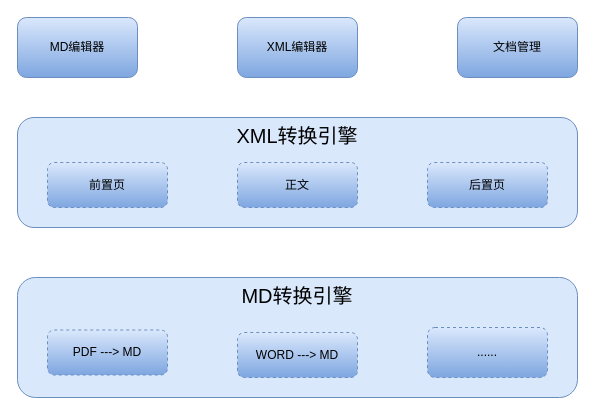
Before: 标准数字化项目.drawio in z-cloud-z/draw, a draw.io diagram. Source tidied: cells renumbered, new cells numbered last; positions are measured from the earlier drawing's top-left corner, leaving out a move shared by most shapes. Both pictures are drawn from the tidied source at 100%, with x=0, y=0 at pixel (17, 17).
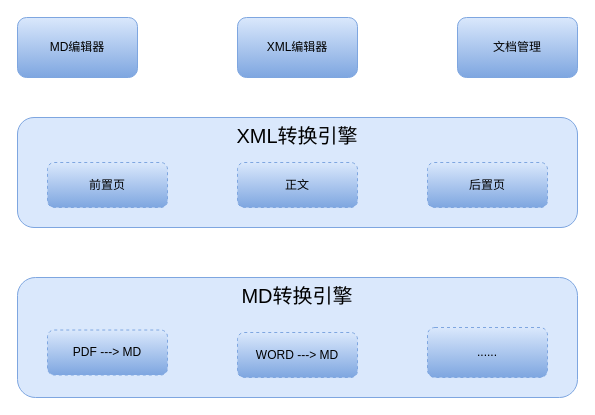
The same page after the edit.

Commit message (it also covers changes not shown here):
更新标准数字化项目.drawio

The edit, as a diff of the source:
```diff
@@
 <mxGraphModel>
   <root>
     <mxCell id="0" />
     <mxCell id="1" parent="0" />
-    <mxCell id="2" value="MD编辑器" style="rounded=1;whiteSpace=wrap;html=1;fillColor=#dae8fc;gradientColor=#7ea6e0;strokeColor=#6c8ebf;" parent="1" vertex="1">
+    <mxCell id="2" value="MD编辑器" style="rounded=1;whiteSpace=wrap;html=1;fillColor=#dae8fc;gradientColor=#7ea6e0;strokeColor=#7EA6E0;" parent="1" vertex="1">
       <mxGeometry width="120" height="60" as="geometry" />
     </mxCell>
-    <mxCell id="3" value="XML编辑器" style="rounded=1;whiteSpace=wrap;html=1;fillColor=#dae8fc;gradientColor=#7ea6e0;strokeColor=#6c8ebf;" parent="1" vertex="1">
+    <mxCell id="3" value="XML编辑器" style="rounded=1;whiteSpace=wrap;html=1;fillColor=#dae8fc;gradientColor=#7ea6e0;strokeColor=#7EA6E0;" parent="1" vertex="1">
       <mxGeometry x="220" width="120" height="60" as="geometry" />
     </mxCell>
-    <mxCell id="4" value="MD转换引擎" style="rounded=1;whiteSpace=wrap;html=1;verticalAlign=top;fontSize=20;fillColor=#dae8fc;strokeColor=#6c8ebf;" parent="1" vertex="1">
+    <mxCell id="4" value="MD转换引擎" style="rounded=1;whiteSpace=wrap;html=1;verticalAlign=top;fontSize=20;fillColor=#dae8fc;strokeColor=#7EA6E0;" parent="1" vertex="1">
       <mxGeometry y="260" width="560" height="120" as="geometry" />
     </mxCell>
-    <mxCell id="5" value="PDF ---&amp;gt; MD" style="rounded=1;whiteSpace=wrap;html=1;fillColor=#dae8fc;strokeColor=#6c8ebf;gradientColor=#7ea6e0;dashed=1;" parent="1" vertex="1">
+    <mxCell id="5" value="PDF ---&amp;gt; MD" style="rounded=1;whiteSpace=wrap;html=1;fillColor=#dae8fc;strokeColor=#7EA6E0;gradientColor=#7ea6e0;dashed=1;" parent="1" vertex="1">
       <mxGeometry x="30" y="312.5" width="120" height="45" as="geometry" />
     </mxCell>
-    <mxCell id="6" value="WORD ---&amp;gt; MD" style="rounded=1;whiteSpace=wrap;html=1;fillColor=#dae8fc;gradientColor=#7ea6e0;strokeColor=#6c8ebf;dashed=1;" parent="1" vertex="1">
+    <mxCell id="6" value="WORD ---&amp;gt; MD" style="rounded=1;whiteSpace=wrap;html=1;fillColor=#dae8fc;gradientColor=#7ea6e0;strokeColor=#7EA6E0;dashed=1;" parent="1" vertex="1">
       <mxGeometry x="220" y="315" width="120" height="45" as="geometry" />
     </mxCell>
-    <mxCell id="7" value="......" style="rounded=1;whiteSpace=wrap;html=1;fillColor=#dae8fc;gradientColor=#7ea6e0;strokeColor=#6c8ebf;dashed=1;flipV=0;" parent="1" vertex="1">
+    <mxCell id="7" value="......" style="rounded=1;whiteSpace=wrap;html=1;fillColor=#dae8fc;gradientColor=#7ea6e0;strokeColor=#7EA6E0;dashed=1;flipV=0;" parent="1" vertex="1">
       <mxGeometry x="410" y="310" width="120" height="50" as="geometry" />
     </mxCell>
-    <mxCell id="8" value="文档管理" style="rounded=1;whiteSpace=wrap;html=1;fillColor=#dae8fc;gradientColor=#7ea6e0;strokeColor=#6c8ebf;" parent="1" vertex="1">
+    <mxCell id="8" value="文档管理" style="rounded=1;whiteSpace=wrap;html=1;fillColor=#dae8fc;gradientColor=#7ea6e0;strokeColor=#7EA6E0;" parent="1" vertex="1">
       <mxGeometry x="440" width="120" height="60" as="geometry" />
     </mxCell>
-    <mxCell id="9" value="XML转换引擎" style="rounded=1;whiteSpace=wrap;html=1;verticalAlign=top;fontSize=20;fillColor=#dae8fc;strokeColor=#6c8ebf;" parent="1" vertex="1">
+    <mxCell id="9" value="XML转换引擎" style="rounded=1;whiteSpace=wrap;html=1;verticalAlign=top;fontSize=20;fillColor=#dae8fc;strokeColor=#7EA6E0;" parent="1" vertex="1">
       <mxGeometry y="100" width="560" height="110" as="geometry" />
     </mxCell>
-    <mxCell id="10" value="前置页" style="rounded=1;whiteSpace=wrap;html=1;fillColor=#dae8fc;strokeColor=#6c8ebf;gradientColor=#7ea6e0;dashed=1;" parent="1" vertex="1">
+    <mxCell id="10" value="前置页" style="rounded=1;whiteSpace=wrap;html=1;fillColor=#dae8fc;strokeColor=#7EA6E0;gradientColor=#7ea6e0;dashed=1;" parent="1" vertex="1">
       <mxGeometry x="30" y="145" width="120" height="45" as="geometry" />
     </mxCell>
-    <mxCell id="11" value="正文" style="rounded=1;whiteSpace=wrap;html=1;fillColor=#dae8fc;strokeColor=#6c8ebf;gradientColor=#7ea6e0;dashed=1;" parent="1" vertex="1">
+    <mxCell id="11" value="正文" style="rounded=1;whiteSpace=wrap;html=1;fillColor=#dae8fc;strokeColor=#7EA6E0;gradientColor=#7ea6e0;dashed=1;" parent="1" vertex="1">
       <mxGeometry x="220" y="145" width="120" height="45" as="geometry" />
     </mxCell>
-    <mxCell id="12" value="后置页" style="rounded=1;whiteSpace=wrap;html=1;fillColor=#dae8fc;strokeColor=#6c8ebf;gradientColor=#7ea6e0;dashed=1;" parent="1" vertex="1">
+    <mxCell id="12" value="后置页" style="rounded=1;whiteSpace=wrap;html=1;fillColor=#dae8fc;strokeColor=#7EA6E0;gradientColor=#7ea6e0;dashed=1;" parent="1" vertex="1">
       <mxGeometry x="410" y="145" width="120" height="45" as="geometry" />
     </mxCell>
   </root>
 </mxGraphModel>
```
